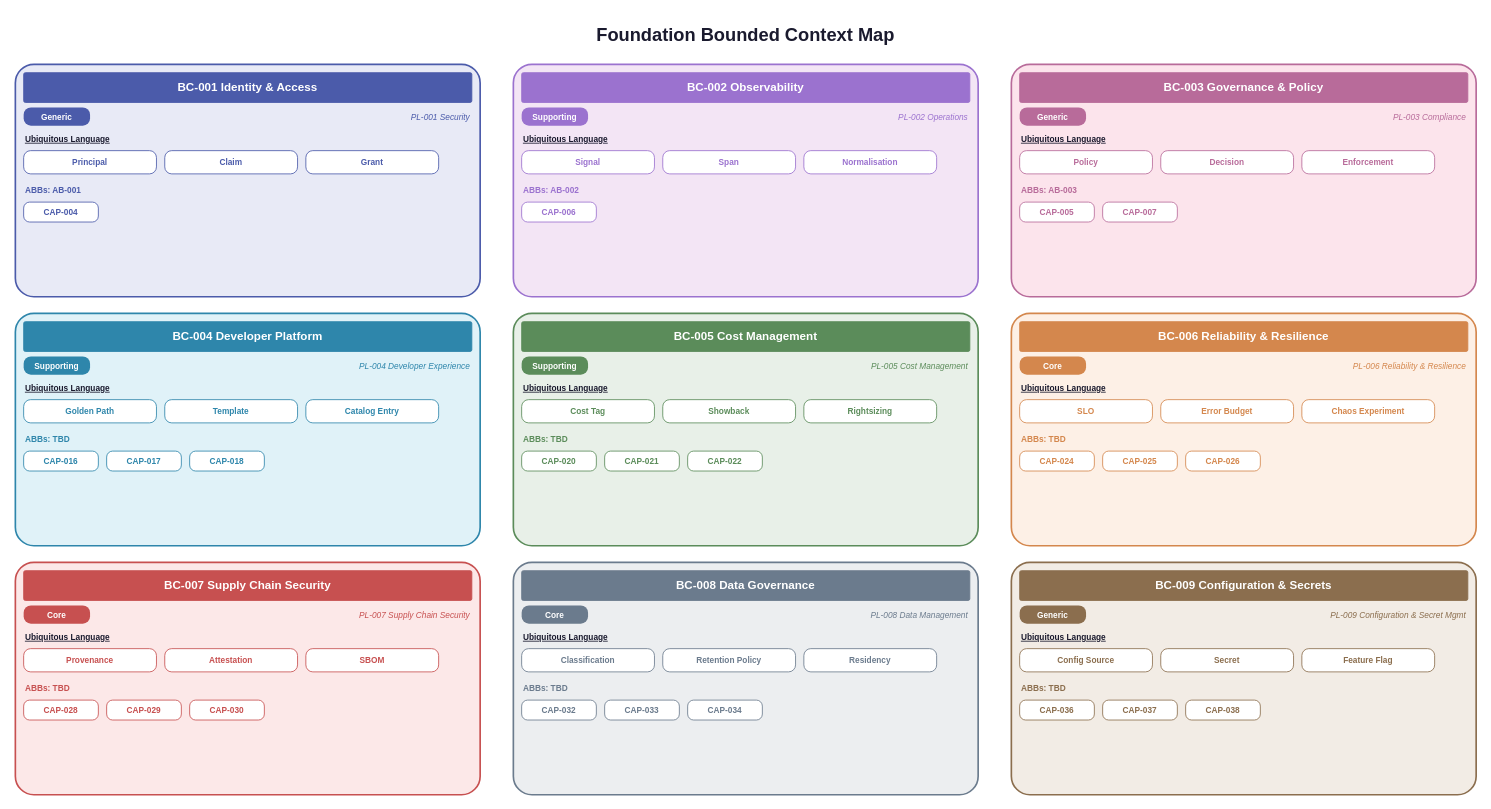
Earlier version of the draw.io diagram foundation/contexts/diagrams/bounded-context-map.drawio (dermot-obrien/ai-assisted-architecture). Source tidied: cells renumbered, new cells numbered last; positions are measured from the earlier drawing's top-left corner, leaving out a move shared by most shapes. Both pictures are drawn from the tidied source at 83%, with x=0, y=0 at pixel (15, 14).
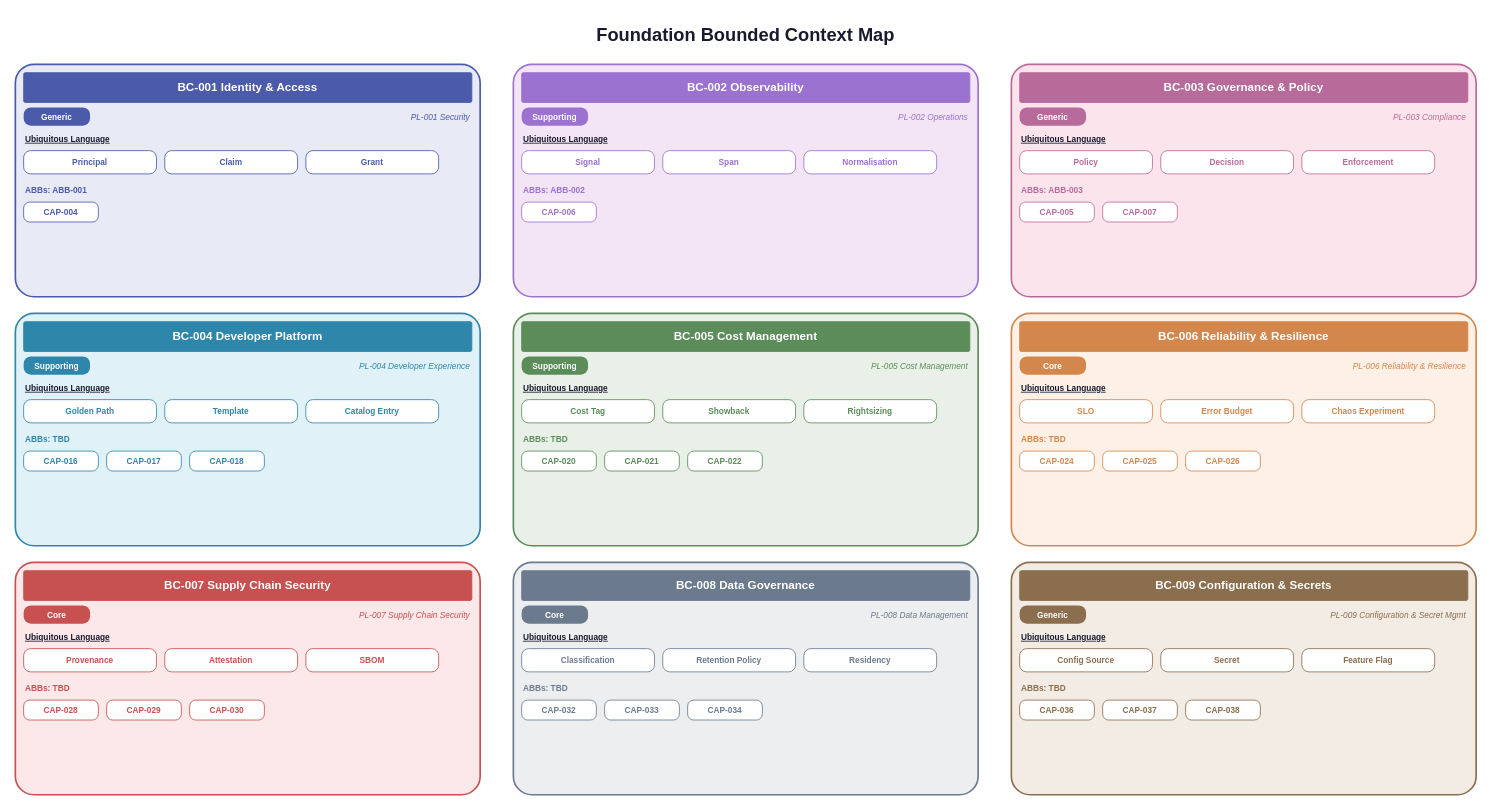
After the change.

What changed in the source:
```diff
@@
-    <mxCell id="11" value="ABBs: AB-001" style="text;html=1;align=left;verticalAlign=middle;whiteSpace=wrap;rounded=0;fontSize=10;fontColor=#4B5BAA;fontFamily=Helvetica;fontStyle=1;" parent="1" vertex="1">
+    <mxCell id="11" value="ABBs: ABB-001" style="text;html=1;align=left;verticalAlign=middle;whiteSpace=wrap;rounded=0;fontSize=10;fontColor=#4B5BAA;fontFamily=Helvetica;fontStyle=1;" parent="1" vertex="1">
       <mxGeometry x="10" y="202" width="120" height="20" as="geometry" />
     </mxCell>
@@
-    <mxCell id="21" value="ABBs: AB-002" style="text;html=1;align=left;verticalAlign=middle;whiteSpace=wrap;rounded=0;fontSize=10;fontColor=#9B72CF;fontFamily=Helvetica;fontStyle=1;" parent="1" vertex="1">
+    <mxCell id="21" value="ABBs: ABB-002" style="text;html=1;align=left;verticalAlign=middle;whiteSpace=wrap;rounded=0;fontSize=10;fontColor=#9B72CF;fontFamily=Helvetica;fontStyle=1;" parent="1" vertex="1">
       <mxGeometry x="610" y="202" width="120" height="20" as="geometry" />
     </mxCell>
@@
-    <mxCell id="31" value="ABBs: AB-003" style="text;html=1;align=left;verticalAlign=middle;whiteSpace=wrap;rounded=0;fontSize=10;fontColor=#B86B9A;fontFamily=Helvetica;fontStyle=1;" parent="1" vertex="1">
+    <mxCell id="31" value="ABBs: ABB-003" style="text;html=1;align=left;verticalAlign=middle;whiteSpace=wrap;rounded=0;fontSize=10;fontColor=#B86B9A;fontFamily=Helvetica;fontStyle=1;" parent="1" vertex="1">
       <mxGeometry x="1210" y="202" width="120" height="20" as="geometry" />
     </mxCell>
```
